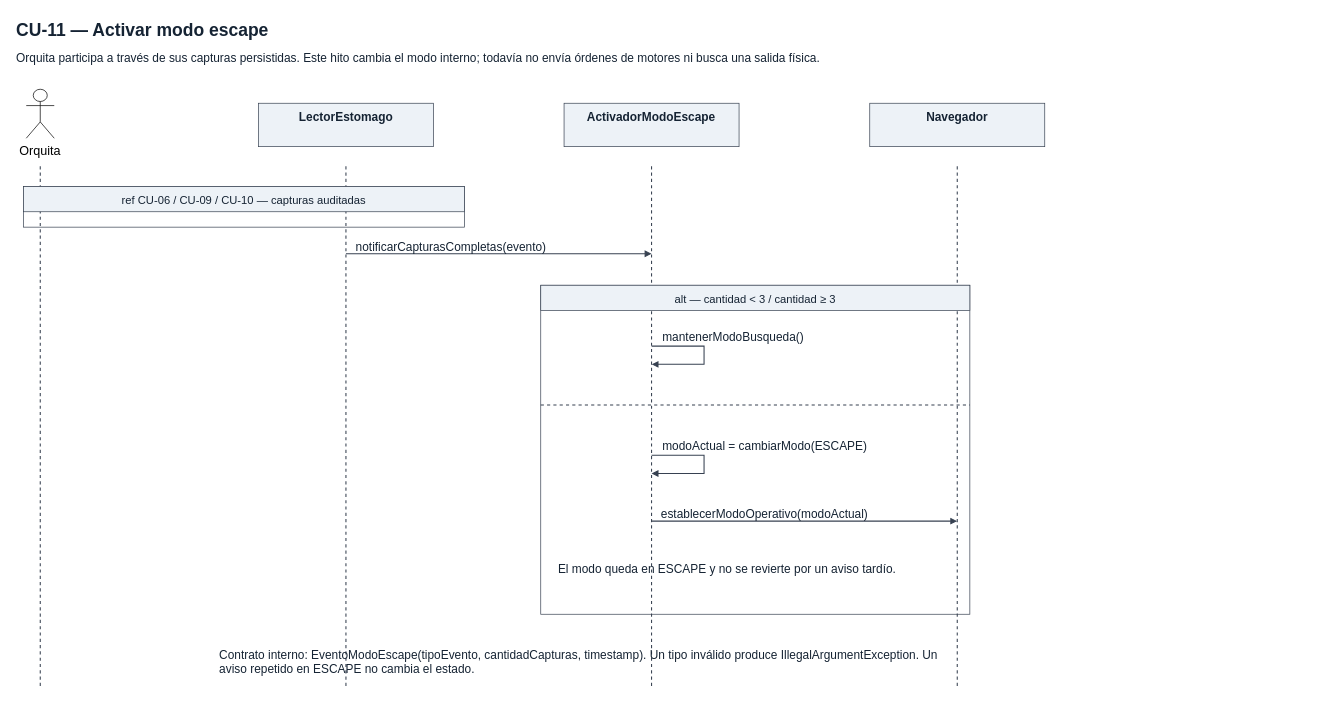
lautaro-geli/sistema-orquita keeps this draw.io diagram as docs/diagramas/05_Secuencia_CU11.drawio. Above is the earlier version. Source tidied: cells renumbered, new cells numbered last; positions are measured from the earlier drawing's top-left corner, leaving out a move shared by most shapes. Both pictures are drawn from the tidied source at 70%, with x=0, y=0 at pixel (12, 12).
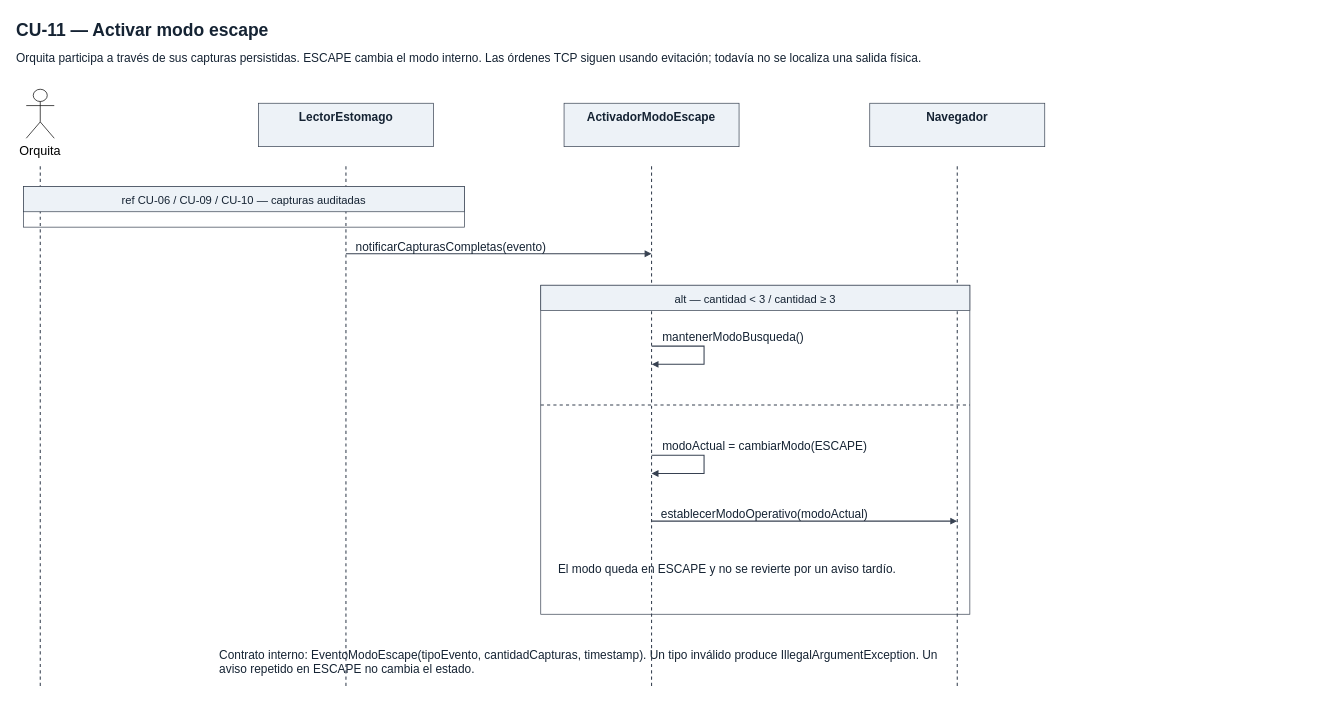
The same page after the edit.

The edit, as a diff of the source:
```diff
@@
-    <mxCell id="3" value="Orquita participa a través de sus capturas persistidas. Este hito cambia el modo interno; todavía no envía órdenes de motores ni busca una salida física." style="text;html=0;whiteSpace=wrap;align=left;verticalAlign=top;fontFamily=Arial;fontSize=17;fontColor=#152333;fontStyle=0;spacing=6;" parent="1" vertex="1">
+    <mxCell id="3" value="Orquita participa a través de sus capturas persistidas. ESCAPE cambia el modo interno. Las órdenes TCP siguen usando evitación; todavía no se localiza una salida física." style="text;html=0;whiteSpace=wrap;align=left;verticalAlign=top;fontFamily=Arial;fontSize=17;fontColor=#152333;fontStyle=0;spacing=6;" parent="1" vertex="1">
       <mxGeometry y="46" width="1870" height="62" as="geometry" />
     </mxCell>
```
